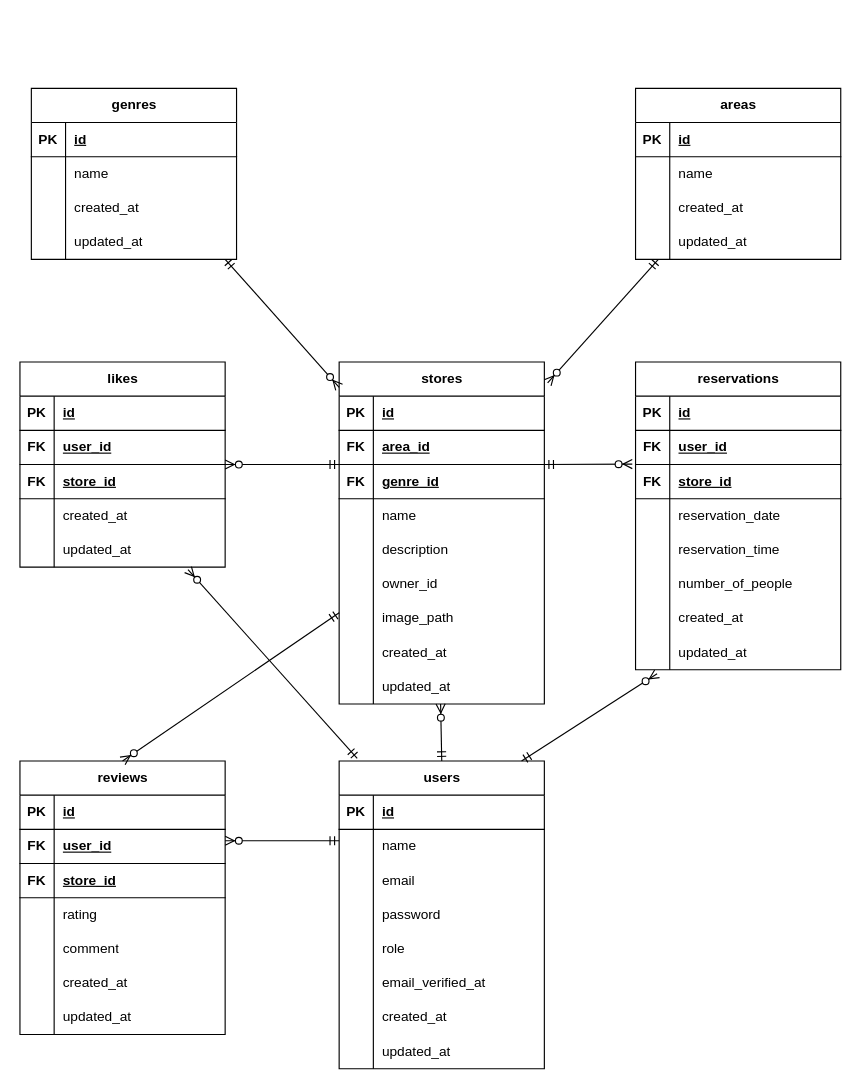
Earlier version of the draw.io diagram er.drawio (kttmm717/rese). Source tidied: cells renumbered, new cells numbered last; positions are measured from the earlier drawing's top-left corner, leaving out a move shared by most shapes. Both pictures are drawn from the tidied source at 114%, with x=0, y=0 at pixel (19, 88).
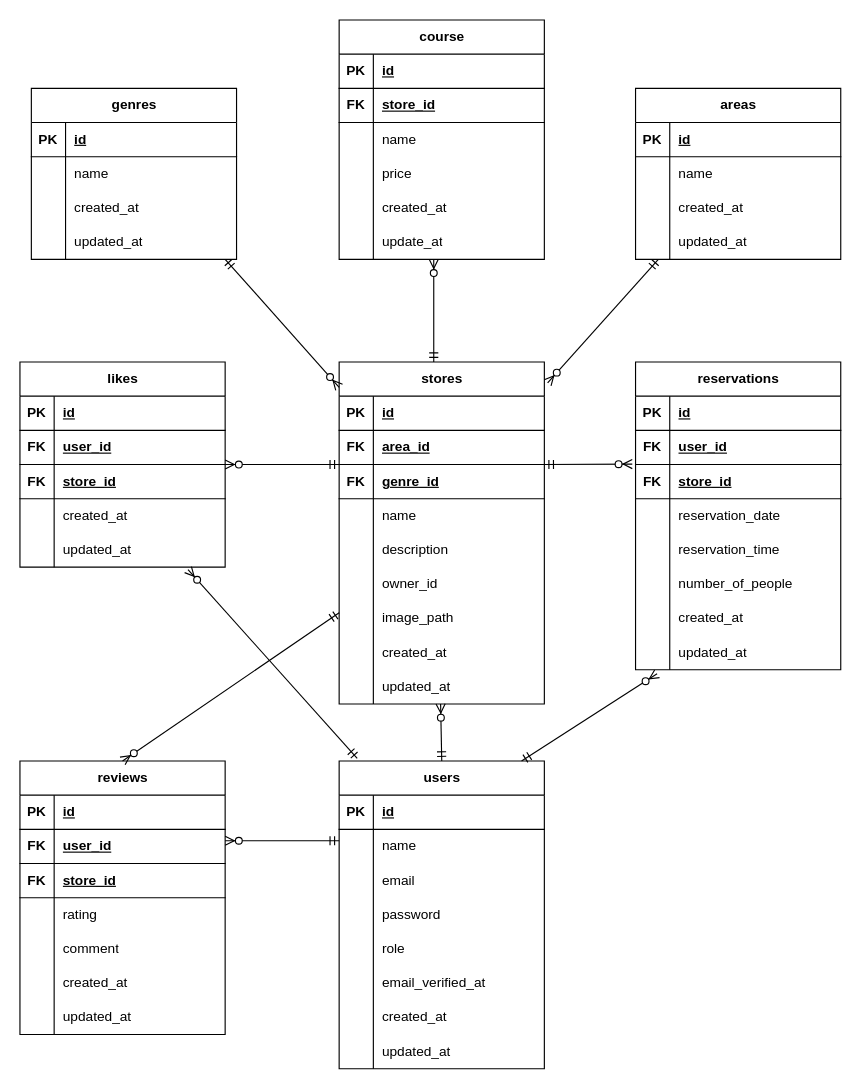
The same page after the edit.

The change refers to these unchanged cells:
```xml
<mxCell id="27" value="stores" style="shape=table;startSize=30;childLayout=tableLayout;rowLines=0;fontStyle=1;align=center;html=1;" parent="1" vertex="1">
  <mxGeometry x="280" y="240" width="180" height="300" as="geometry" />
</mxCell>
```

Diff of the diagram source:
```diff
@@
+    <mxCell id="153" value="course" style="shape=table;startSize=30;childLayout=tableLayout;rowLines=0;fontStyle=1;align=center;html=1;" parent="1" vertex="1">
+      <mxGeometry x="280" y="-60" width="180" height="210" as="geometry" />
+    </mxCell>
+    <mxCell id="154" style="shape=tableRow;horizontal=0;startSize=0;swimlaneHead=0;swimlaneBody=0;fillColor=none;top=0;left=0;right=0;bottom=1;" parent="153" vertex="1">
+      <mxGeometry y="30" width="180" height="30" as="geometry" />
+    </mxCell>
+    <mxCell id="155" value="PK" style="shape=partialRectangle;fillColor=none;top=0;left=0;bottom=0;right=0;fontStyle=1;overflow=hidden;whiteSpace=wrap;html=1;" parent="154" vertex="1">
+      <mxGeometry width="30" height="30" as="geometry" />
+    </mxCell>
+    <mxCell id="156" value="id" style="shape=partialRectangle;fillColor=none;top=0;left=0;bottom=0;right=0;align=left;spacingLeft=6;fontStyle=5;overflow=hidden;whiteSpace=wrap;html=1;" parent="154" vertex="1">
+      <mxGeometry x="30" width="150" height="30" as="geometry" />
+    </mxCell>
+    <mxCell id="157" style="shape=tableRow;horizontal=0;startSize=0;swimlaneHead=0;swimlaneBody=0;fillColor=none;top=0;left=0;right=0;bottom=1;" parent="153" vertex="1">
+      <mxGeometry y="60" width="180" height="30" as="geometry" />
+    </mxCell>
+    <mxCell id="158" value="FK" style="shape=partialRectangle;fillColor=none;top=0;left=0;bottom=0;right=0;fontStyle=1;overflow=hidden;whiteSpace=wrap;html=1;" parent="157" vertex="1">
+      <mxGeometry width="30" height="30" as="geometry" />
+    </mxCell>
+    <mxCell id="159" value="store_id" style="shape=partialRectangle;fillColor=none;top=0;left=0;bottom=0;right=0;align=left;spacingLeft=6;fontStyle=5;overflow=hidden;whiteSpace=wrap;html=1;" parent="157" vertex="1">
+      <mxGeometry x="30" width="150" height="30" as="geometry" />
+    </mxCell>
+    <mxCell id="160" style="shape=tableRow;horizontal=0;startSize=0;swimlaneHead=0;swimlaneBody=0;fillColor=none;top=0;left=0;right=0;bottom=0;" parent="153" vertex="1">
+      <mxGeometry y="90" width="180" height="30" as="geometry" />
+    </mxCell>
+    <mxCell id="161" style="shape=partialRectangle;fillColor=none;top=0;left=0;bottom=0;right=0;overflow=hidden;whiteSpace=wrap;html=1;" parent="160" vertex="1">
+      <mxGeometry width="30" height="30" as="geometry" />
+    </mxCell>
+    <mxCell id="162" value="name" style="shape=partialRectangle;fillColor=none;top=0;left=0;bottom=0;right=0;align=left;spacingLeft=6;overflow=hidden;whiteSpace=wrap;html=1;" parent="160" vertex="1">
+      <mxGeometry x="30" width="150" height="30" as="geometry" />
+    </mxCell>
+    <mxCell id="163" style="shape=tableRow;horizontal=0;startSize=0;swimlaneHead=0;swimlaneBody=0;fillColor=none;top=0;left=0;right=0;bottom=0;" parent="153" vertex="1">
+      <mxGeometry y="120" width="180" height="30" as="geometry" />
+    </mxCell>
+    <mxCell id="164" style="shape=partialRectangle;fillColor=none;top=0;left=0;bottom=0;right=0;overflow=hidden;whiteSpace=wrap;html=1;" parent="163" vertex="1">
+      <mxGeometry width="30" height="30" as="geometry" />
+    </mxCell>
+    <mxCell id="165" value="price" style="shape=partialRectangle;fillColor=none;top=0;left=0;bottom=0;right=0;align=left;spacingLeft=6;overflow=hidden;whiteSpace=wrap;html=1;" parent="163" vertex="1">
+      <mxGeometry x="30" width="150" height="30" as="geometry" />
+    </mxCell>
+    <mxCell id="166" style="shape=tableRow;horizontal=0;startSize=0;swimlaneHead=0;swimlaneBody=0;fillColor=none;top=0;left=0;right=0;bottom=0;" parent="153" vertex="1">
+      <mxGeometry y="150" width="180" height="30" as="geometry" />
+    </mxCell>
+    <mxCell id="167" style="shape=partialRectangle;fillColor=none;top=0;left=0;bottom=0;right=0;overflow=hidden;whiteSpace=wrap;html=1;" parent="166" vertex="1">
+      <mxGeometry width="30" height="30" as="geometry" />
+    </mxCell>
+    <mxCell id="168" value="created_at" style="shape=partialRectangle;fillColor=none;top=0;left=0;bottom=0;right=0;align=left;spacingLeft=6;overflow=hidden;whiteSpace=wrap;html=1;" parent="166" vertex="1">
+      <mxGeometry x="30" width="150" height="30" as="geometry" />
+    </mxCell>
+    <mxCell id="169" style="shape=tableRow;horizontal=0;startSize=0;swimlaneHead=0;swimlaneBody=0;fillColor=none;top=0;left=0;right=0;bottom=0;" parent="153" vertex="1">
+      <mxGeometry y="180" width="180" height="30" as="geometry" />
+    </mxCell>
+    <mxCell id="170" style="shape=partialRectangle;fillColor=none;top=0;left=0;bottom=0;right=0;overflow=hidden;whiteSpace=wrap;html=1;" parent="169" vertex="1">
+      <mxGeometry width="30" height="30" as="geometry" />
+    </mxCell>
+    <mxCell id="171" value="update_at" style="shape=partialRectangle;fillColor=none;top=0;left=0;bottom=0;right=0;align=left;spacingLeft=6;overflow=hidden;whiteSpace=wrap;html=1;" parent="169" vertex="1">
+      <mxGeometry x="30" width="150" height="30" as="geometry" />
+    </mxCell>
+    <mxCell id="172" style="fontSize=12;html=1;endArrow=ERzeroToMany;startArrow=ERmandOne;entryX=1.016;entryY=0.061;entryDx=0;entryDy=0;entryPerimeter=0;exitX=0.461;exitY=0;exitDx=0;exitDy=0;exitPerimeter=0;" parent="1" edge="1" source="27">
+      <mxGeometry relative="1" as="geometry">
+        <mxPoint x="363" y="150" as="targetPoint" />
+      </mxGeometry>
+    </mxCell>
```
